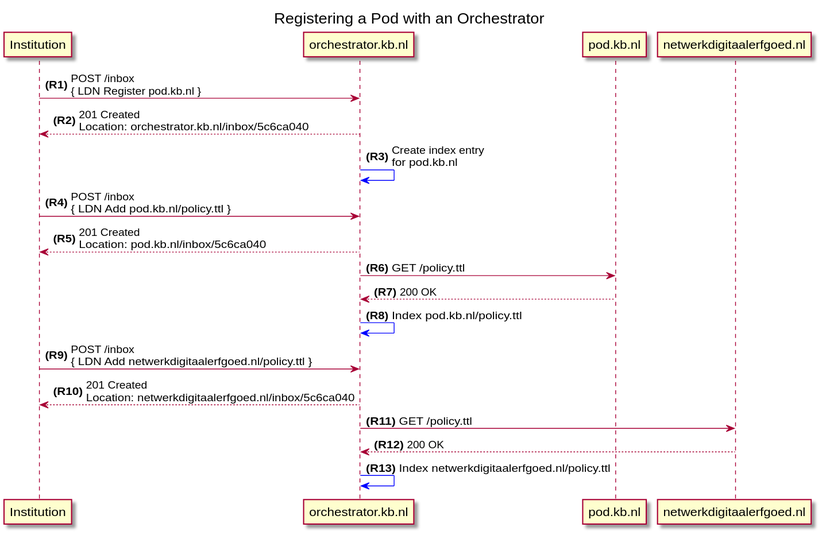
Before: out/register-with-orchestrator/register-with-orchestrator.svg, a diagram exported from PlantUML (mielvds/erfgoedpod-sequences).
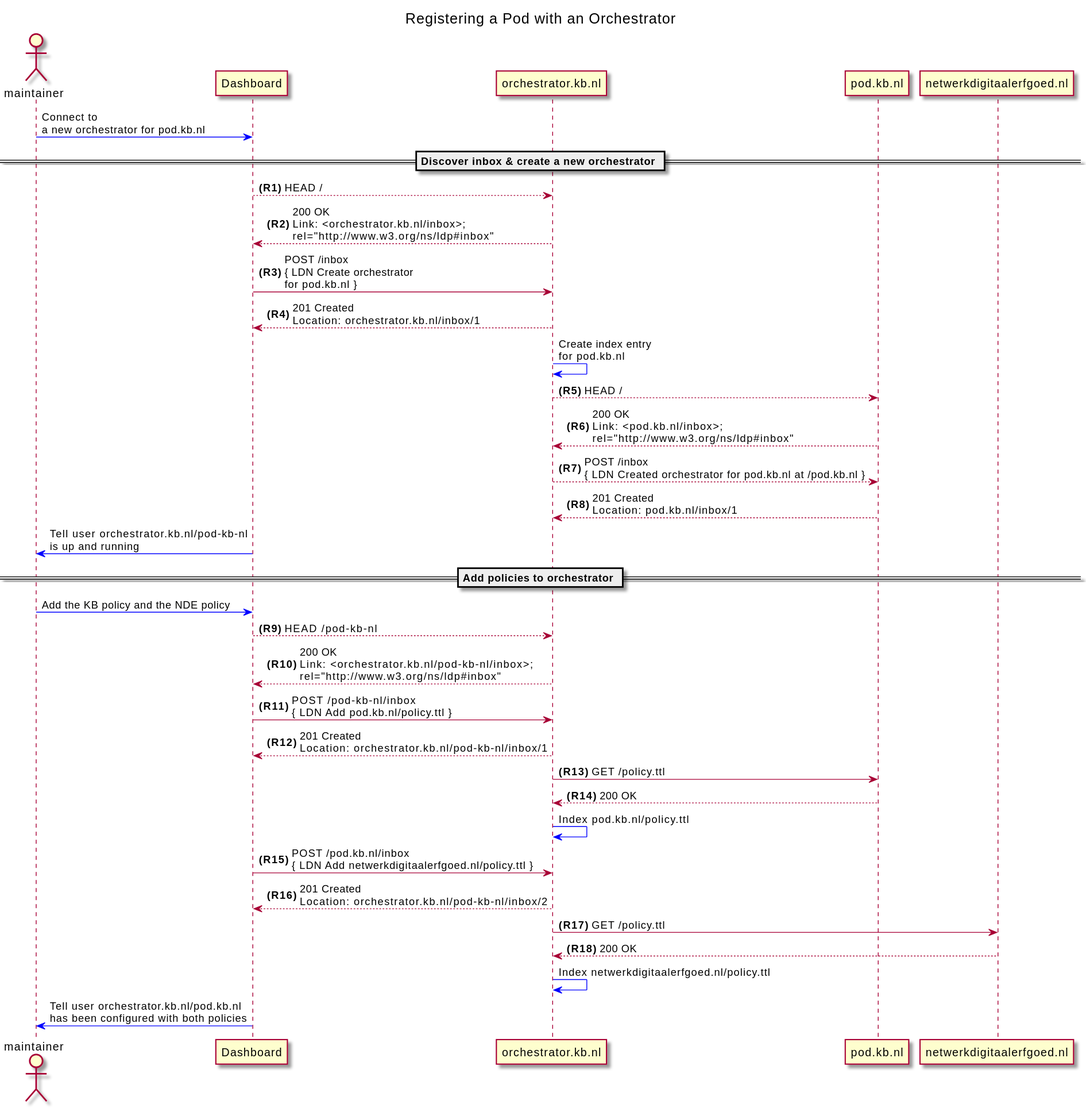
The same diagram one commit later.

The edit, as a diff of the source:
```diff
@@ -5,29 +5,64 @@
 end title
 
 autonumber "<b>(R0)"
-participant Institution as I
+actor maintainer as M
+participant Dashboard as D
 participant orchestrator.kb.nl as O
 participant pod.kb.nl as Pod
 participant netwerkdigitaalerfgoed.nl as NDE
 
+autonumber stop
+M -[#0000FF]> D: Connect to\na new orchestrator for pod.kb.nl
 
-I -> O : POST /inbox\n{ LDN Register pod.kb.nl }
-I <-- O : 201 Created\nLocation: orchestrator.kb.nl/inbox/5c6ca040
+== Discover inbox & create a new orchestrator ==
 
+autonumber resume
+D --> O : HEAD /
+D <-- O: 200 OK\nLink: <orchestrator.kb.nl/inbox>;\nrel="http://www.w3.org/ns/ldp#inbox"
+
+D -> O : POST /inbox\n{ LDN Create orchestrator\nfor pod.kb.nl }
+D <-- O : 201 Created\nLocation: orchestrator.kb.nl/inbox/1
+
+autonumber stop
 O -[#0000FF]> O: Create index entry\nfor pod.kb.nl
 
-I -> O : POST /inbox\n{ LDN Add pod.kb.nl/policy.ttl }
-I <-- O : 201 Created\nLocation: pod.kb.nl/inbox/5c6ca040
+autonumber resume
+O --> Pod : HEAD /
+O <-- Pod: 200 OK\nLink: <pod.kb.nl/inbox>;\nrel="http://www.w3.org/ns/ldp#inbox"
+
+O --> Pod : POST /inbox\n{ LDN Created orchestrator for pod.kb.nl at /pod.kb.nl }
+O <-- Pod : 201 Created\nLocation: pod.kb.nl/inbox/1
+
+autonumber stop
+D -[#0000FF]> M: Tell user orchestrator.kb.nl/pod-kb-nl\nis up and running
+
+== Add policies to orchestrator ==
+
+M -[#0000FF]> D: Add the KB policy and the NDE policy
+
+autonumber resume
+D --> O : HEAD /pod-kb-nl
+D <-- O: 200 OK\nLink: <orchestrator.kb.nl/pod-kb-nl/inbox>;\nrel="http://www.w3.org/ns/ldp#inbox"
+
+D -> O : POST /pod-kb-nl/inbox\n{ LDN Add pod.kb.nl/policy.ttl }
+D <-- O : 201 Created\nLocation: orchestrator.kb.nl/pod-kb-nl/inbox/1
 
 O -> Pod: GET /policy.ttl
 O <-- Pod: 200 OK
+
+autonumber stop
 O -[#0000FF]> O: Index pod.kb.nl/policy.ttl
 
-I -> O : POST /inbox\n{ LDN Add netwerkdigitaalerfgoed.nl/policy.ttl }
-I <-- O : 201 Created\nLocation: netwerkdigitaalerfgoed.nl/inbox/5c6ca040
+autonumber resume
+D -> O : POST /pod.kb.nl/inbox\n{ LDN Add netwerkdigitaalerfgoed.nl/policy.ttl }
+D <-- O : 201 Created\nLocation: orchestrator.kb.nl/pod-kb-nl/inbox/2
 
 O -> NDE: GET /policy.ttl
 O <-- NDE: 200 OK
+
+autonumber stop
 O -[#0000FF]> O: Index netwerkdigitaalerfgoed.nl/policy.ttl
 
+D -[#0000FF]> M: Tell user orchestrator.kb.nl/pod.kb.nl\nhas been configured with both policies
+
 @enduml
```
